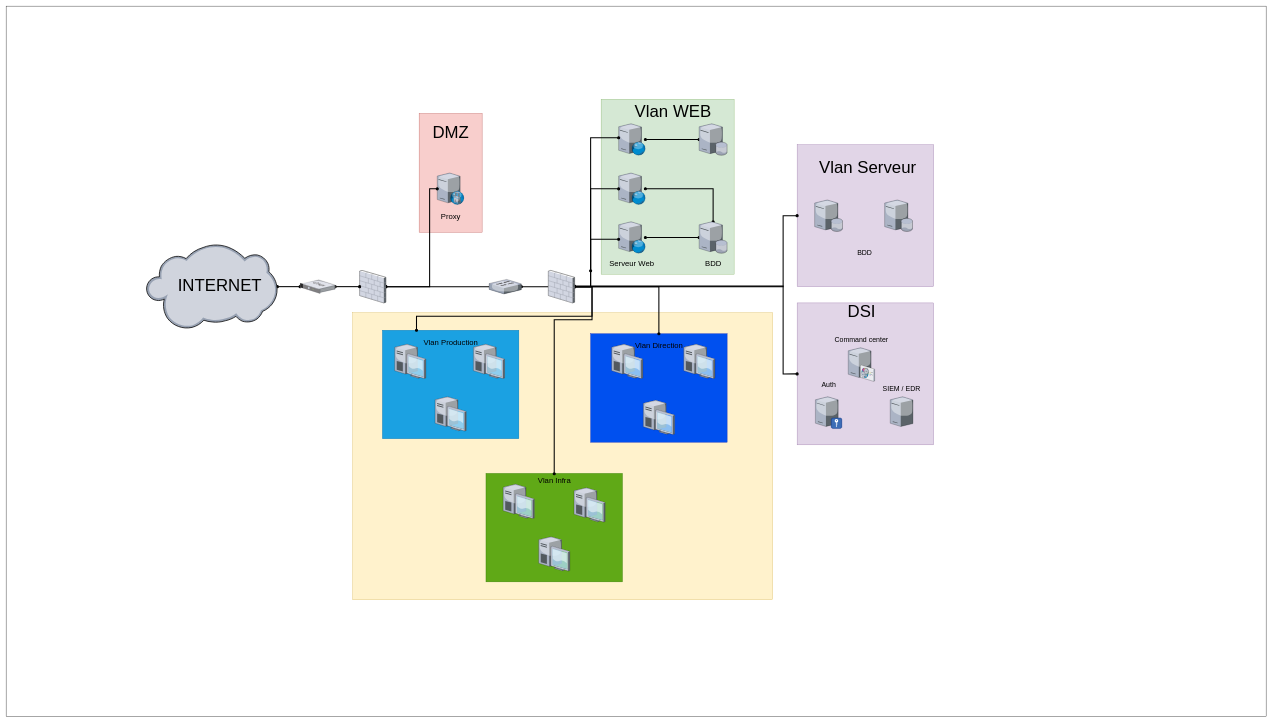
The draw.io diagram schémas/Diagramme sans nom.drawio in MaoenD/Projet_R-seau, before the edit. Source tidied: cells renumbered, new cells numbered last; positions are measured from the earlier drawing's top-left corner, leaving out a move shared by most shapes. Both pictures are drawn from the tidied source at 35%, with x=0, y=0 at pixel (6, 6).
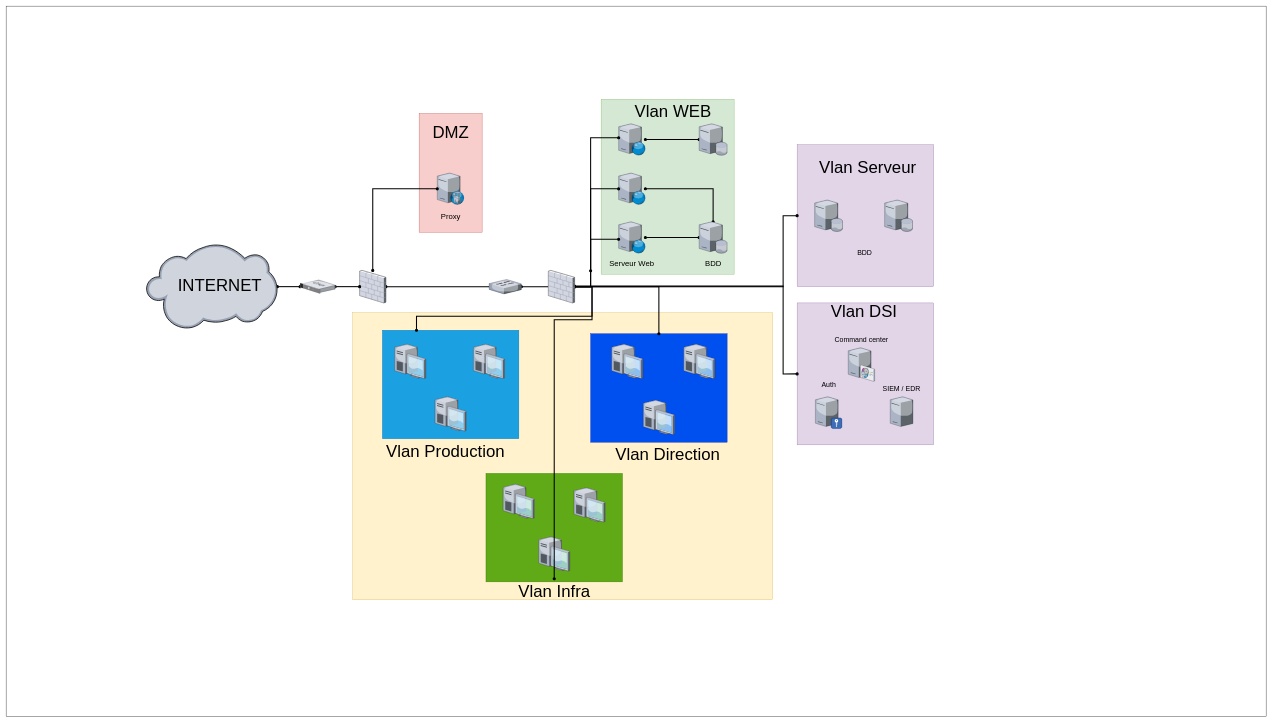
The same page after the edit.

Commit message:
Mettre à jour Diagramme sans nom.drawio

Unchanged cells that the change refers to:
```xml
<mxCell id="8" style="verticalLabelPosition=bottom;sketch=0;html=1;verticalAlign=top;strokeColor=none;align=center;outlineConnect=0;shape=mxgraph.citrix.proxy_server;" parent="1" vertex="1">
  <mxGeometry x="1231.8" y="476.8" width="76.5" height="90" as="geometry" />
</mxCell>
<mxCell id="26" style="verticalLabelPosition=bottom;sketch=0;html=1;verticalAlign=top;strokeColor=none;align=center;outlineConnect=0;shape=mxgraph.citrix.firewall;" parent="1" vertex="1">
  <mxGeometry x="1010" y="755" width="75" height="93" as="geometry" />
</mxCell>
```

Diff of the diagram source:
```diff
@@
     <mxCell id="24" style="edgeStyle=orthogonalEdgeStyle;rounded=0;jettySize=auto;html=1;startArrow=oval;startFill=1;endArrow=oval;endFill=1;strokeWidth=3;" parent="1" edge="1" source="26" target="8">
       <mxGeometry relative="1" as="geometry">
         <Array as="points">
-          <mxPoint x="1210" y="802" />
-          <mxPoint x="1210" y="522" />
+          <mxPoint x="1048" y="522" />
         </Array>
       </mxGeometry>
     </mxCell>
@@
-    <mxCell id="43" value="&lt;font style=&quot;font-size: 22px;&quot;&gt;Vlan Production&lt;/font&gt;" style="text;html=1;align=center;verticalAlign=middle;strokeColor=none;fillColor=none;" parent="1" vertex="1">
-      <mxGeometry x="1180" y="941" width="180" height="40" as="geometry" />
+    <mxCell id="43" value="&lt;font style=&quot;font-size: 48px;&quot;&gt;Vlan Production&lt;/font&gt;" style="text;html=1;align=center;verticalAlign=middle;strokeColor=none;fillColor=none;" parent="1" vertex="1">
+      <mxGeometry x="1075" y="1236" width="360" height="70" as="geometry" />
     </mxCell>
-    <mxCell id="44" value="&lt;font style=&quot;font-size: 22px;&quot;&gt;Vlan Infra&lt;/font&gt;" style="text;html=1;align=center;verticalAlign=middle;points=[];strokeColor=none;fillColor=none;" parent="1" vertex="1">
-      <mxGeometry x="1506" y="1336" width="120" height="40" as="geometry" />
+    <mxCell id="44" value="&lt;font&gt;Vlan Infra&lt;/font&gt;" style="text;html=1;align=center;verticalAlign=middle;points=[];strokeColor=none;fillColor=none;fontSize=48;" parent="1" vertex="1">
+      <mxGeometry x="1451" y="1636" width="230" height="70" as="geometry" />
     </mxCell>
-    <mxCell id="45" value="&lt;font style=&quot;font-size: 22px;&quot;&gt;Vlan Direction&lt;/font&gt;" style="text;html=1;align=center;verticalAlign=middle;strokeColor=none;fillColor=none;" parent="1" vertex="1">
-      <mxGeometry x="1785" y="949" width="160" height="40" as="geometry" />
+    <mxCell id="45" value="&lt;font style=&quot;font-size: 48px;&quot;&gt;Vlan Direction&lt;/font&gt;" style="text;html=1;align=center;verticalAlign=middle;strokeColor=none;fillColor=none;" parent="1" vertex="1">
+      <mxGeometry x="1730" y="1246" width="320" height="70" as="geometry" />
     </mxCell>
@@
-    <mxCell id="63" value="DSI" style="text;html=1;align=center;verticalAlign=middle;strokeColor=none;fillColor=none;fontSize=48;" parent="1" vertex="1">
-      <mxGeometry x="2393.8" y="836" width="100" height="70" as="geometry" />
+    <mxCell id="63" value="&amp;nbsp;Vlan DSI" style="text;html=1;align=center;verticalAlign=middle;strokeColor=none;fillColor=none;fontSize=48;" parent="1" vertex="1">
+      <mxGeometry x="2328.8" y="836" width="230" height="70" as="geometry" />
     </mxCell>
```
